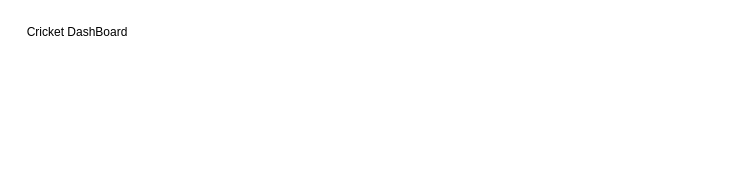
Before: CricketDashBoard.drawio in siddheshJungade/prep, a draw.io diagram. Source tidied: cells renumbered, new cells numbered last; positions are measured from the earlier drawing's top-left corner, leaving out a move shared by most shapes. Both pictures are drawn from the tidied source at 100%, with x=0, y=0 at pixel (17, 17).
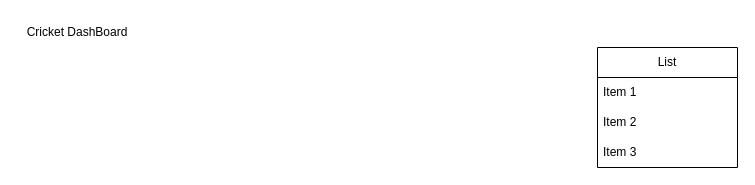
After the change.

Change to the diagram source:
```diff
@@
 <mxGraphModel>
   <root>
     <mxCell id="0" />
     <mxCell id="1" parent="0" />
     <mxCell id="2" value="Cricket DashBoard" style="text;html=1;strokeColor=none;fillColor=none;align=center;verticalAlign=middle;whiteSpace=wrap;rounded=0;" parent="1" vertex="1">
       <mxGeometry width="120" height="30" as="geometry" />
     </mxCell>
+    <mxCell id="3" value="List" style="swimlane;fontStyle=0;horizontal=1;startSize=30;whiteSpace=wrap;html=1;" parent="1" vertex="1">
+      <mxGeometry x="580" y="30" width="140" height="120" as="geometry" />
+    </mxCell>
+    <mxCell id="4" value="Item 1" style="text;strokeColor=none;fillColor=none;align=left;verticalAlign=middle;spacingLeft=4;spacingRight=4;overflow=hidden;whiteSpace=wrap;html=1;" parent="3" vertex="1">
+      <mxGeometry y="30" width="140" height="30" as="geometry" />
+    </mxCell>
+    <mxCell id="5" value="Item 2" style="text;strokeColor=none;fillColor=none;align=left;verticalAlign=middle;spacingLeft=4;spacingRight=4;overflow=hidden;whiteSpace=wrap;html=1;" parent="3" vertex="1">
+      <mxGeometry y="60" width="140" height="30" as="geometry" />
+    </mxCell>
+    <mxCell id="6" value="Item 3" style="text;strokeColor=none;fillColor=none;align=left;verticalAlign=middle;spacingLeft=4;spacingRight=4;overflow=hidden;whiteSpace=wrap;html=1;" parent="3" vertex="1">
+      <mxGeometry y="90" width="140" height="30" as="geometry" />
+    </mxCell>
   </root>
 </mxGraphModel>
```
